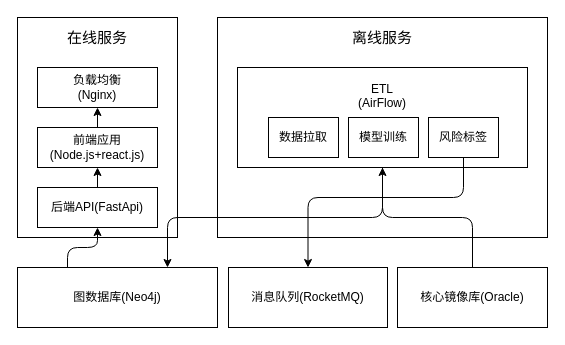
Above: page "技术架构图" (1 of 3) of 太平/taiping-arch.drawio in XiaoLiuAI/diagrams (draw.io), before the change. Source tidied: cells renumbered, new cells numbered last; positions are measured from the earlier drawing's top-left corner, leaving out a move shared by most shapes. Both pictures are drawn from the tidied source at 100%, with x=0, y=0 at pixel (17, 17).
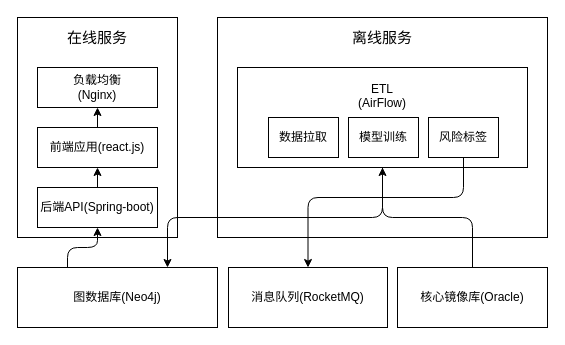
Above is the later version.

Change to the diagram source:
```diff
@@
-    <mxCell id="3" value="前端应用(Node.js+react.js)" style="rounded=0;whiteSpace=wrap;html=1;" parent="1" vertex="1">
+    <mxCell id="3" value="前端应用(react.js)" style="rounded=0;whiteSpace=wrap;html=1;" parent="1" vertex="1">
       <mxGeometry x="20" y="110" width="120" height="40" as="geometry" />
     </mxCell>
-    <mxCell id="4" value="后端API(FastApi)" style="rounded=0;whiteSpace=wrap;html=1;" parent="1" vertex="1">
+    <mxCell id="4" value="后端API(Spring-boot)" style="rounded=0;whiteSpace=wrap;html=1;" parent="1" vertex="1">
       <mxGeometry x="20" y="170" width="120" height="40" as="geometry" />
     </mxCell>
```
